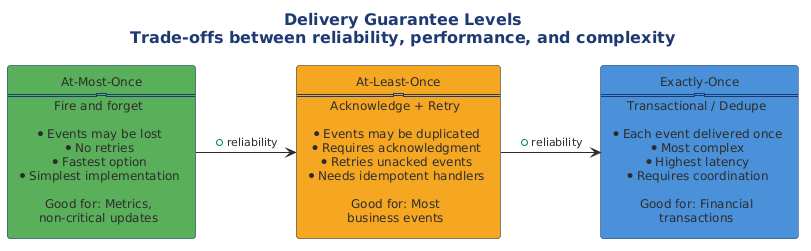
Earlier version of the PlantUML export src/architecture/views-and-beyond/style-catalogs/component-and-connector/publish-subscribe-style/png/delivery-guarantee-levels-trade-offs.png (Notoriousjayy/latex-docs).
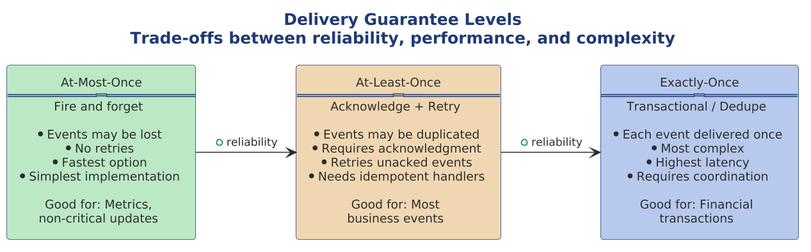
The same file after the commit.

What changed in the source:
```diff
@@ -1,14 +1,19 @@
 @startuml
+
+skinparam dpi 150
+
+
+
 
 title Delivery Guarantee Levels\nTrade-offs between reliability, performance, and complexity
 
 !include ../../../../../../tooling/styles/plantuml/structural/component-diagram-style.iuml
 
-component "At-Most-Once\n================\nFire and forget\n\n* Events may be lost\n* No retries\n* Fastest option\n* Simplest implementation\n\nGood for: Metrics,\nnon-critical updates" as AMO #5BAE5B
+component "At-Most-Once\n================\nFire and forget\n\n* Events may be lost\n* No retries\n* Fastest option\n* Simplest implementation\n\nGood for: Metrics,\nnon-critical updates" as AMO $deep_ok
 
-component "At-Least-Once\n================\nAcknowledge + Retry\n\n* Events may be duplicated\n* Requires acknowledgment\n* Retries unacked events\n* Needs idempotent handlers\n\nGood for: Most\nbusiness events" as ALO #F5A623
+component "At-Least-Once\n================\nAcknowledge + Retry\n\n* Events may be duplicated\n* Requires acknowledgment\n* Retries unacked events\n* Needs idempotent handlers\n\nGood for: Most\nbusiness events" as ALO $deep_caution
 
-component "Exactly-Once\n================\nTransactional / Dedupe\n\n* Each event delivered once\n* Most complex\n* Highest latency\n* Requires coordination\n\nGood for: Financial\ntransactions" as EO #4A90D9
+component "Exactly-Once\n================\nTransactional / Dedupe\n\n* Each event delivered once\n* Most complex\n* Highest latency\n* Requires coordination\n\nGood for: Financial\ntransactions" as EO $deep_primary
 
 AMO -right-> ALO : "+ reliability"
 ALO -right-> EO : "+ reliability"
```
